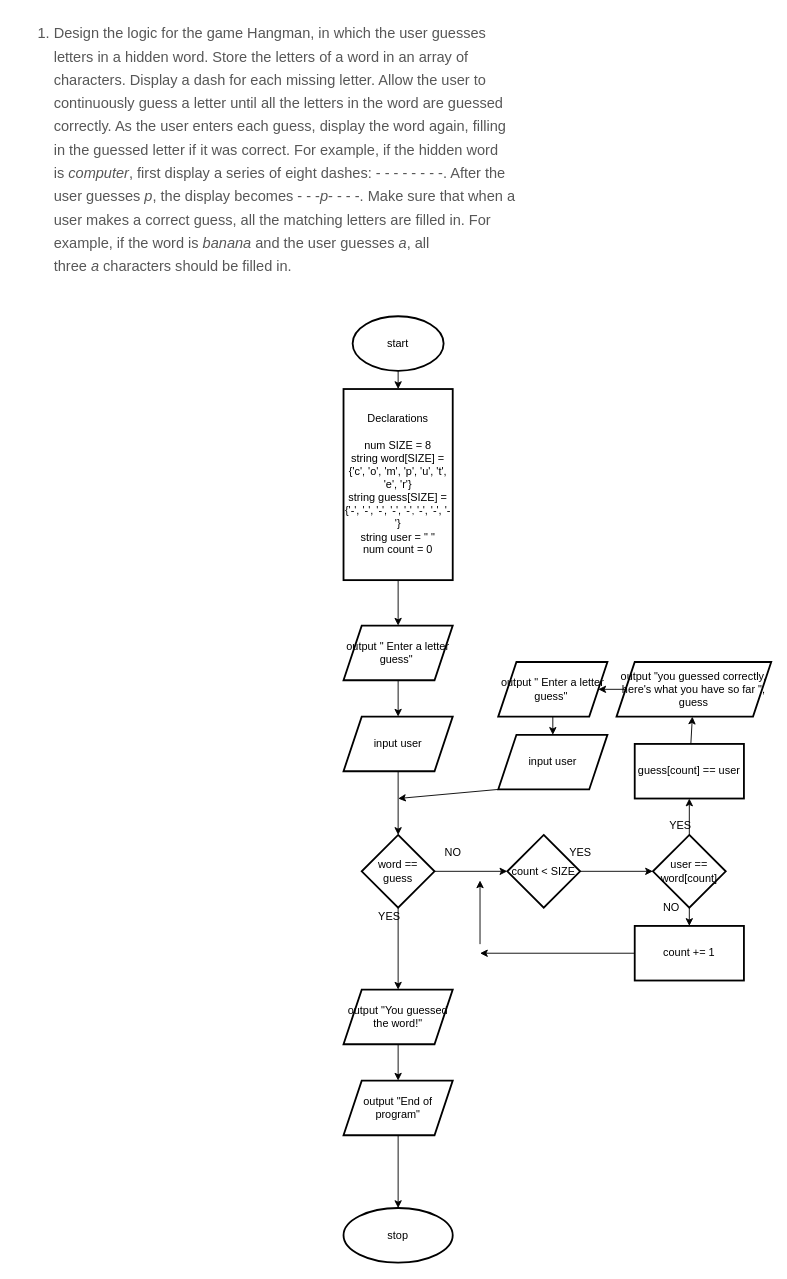
Earlier version of the draw.io diagram Problem Solving/hangman.drawio (sweetrellish/python_work1). Source tidied: cells renumbered, new cells numbered last; positions are measured from the earlier drawing's top-left corner, leaving out a move shared by most shapes. Both pictures are drawn from the tidied source at 91%, with x=0, y=0 at pixel (15, 15).
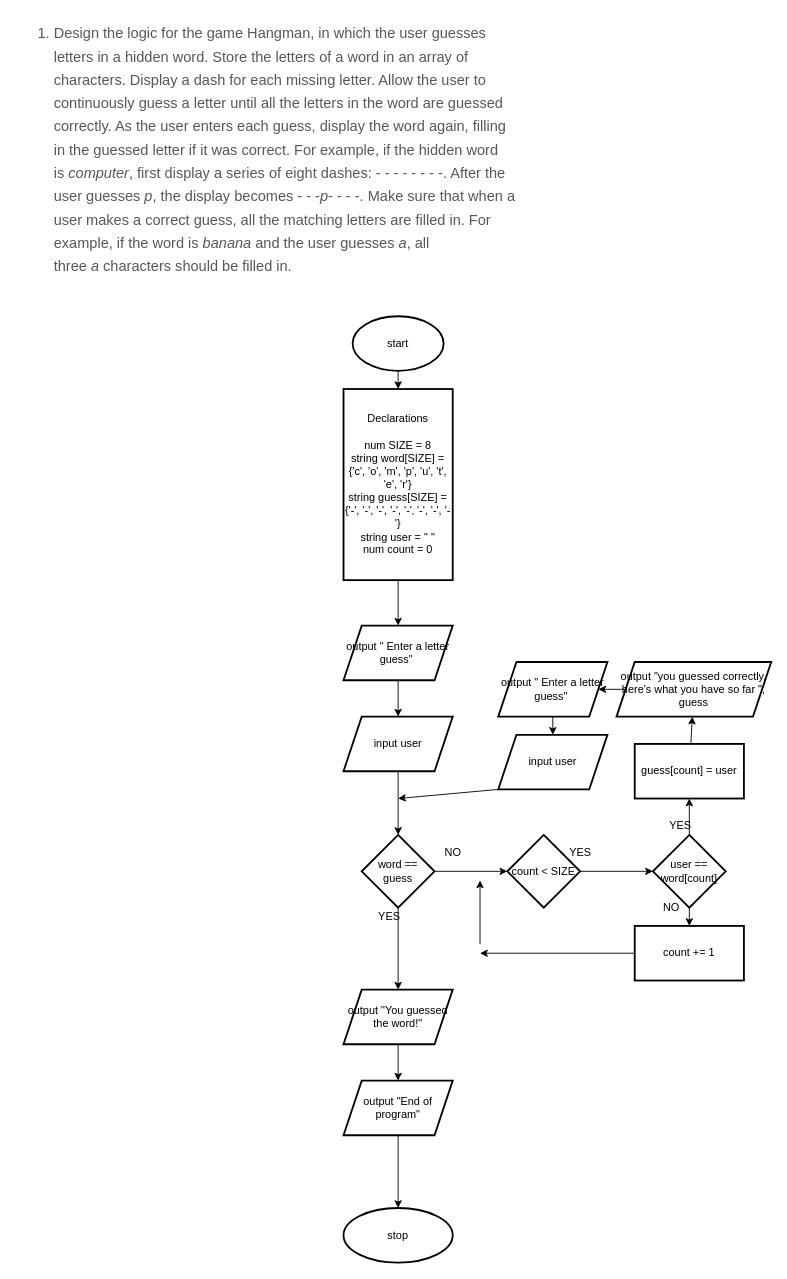
The same diagram, later.

Change to the diagram source:
```diff
@@
-    <mxCell id="27" value="guess[count] == user" style="whiteSpace=wrap;html=1;strokeWidth=2;" parent="1" vertex="1">
+    <mxCell id="27" value="guess[count] = user" style="whiteSpace=wrap;html=1;strokeWidth=2;" parent="1" vertex="1">
       <mxGeometry x="680" y="800" width="120" height="60" as="geometry" />
     </mxCell>
```
